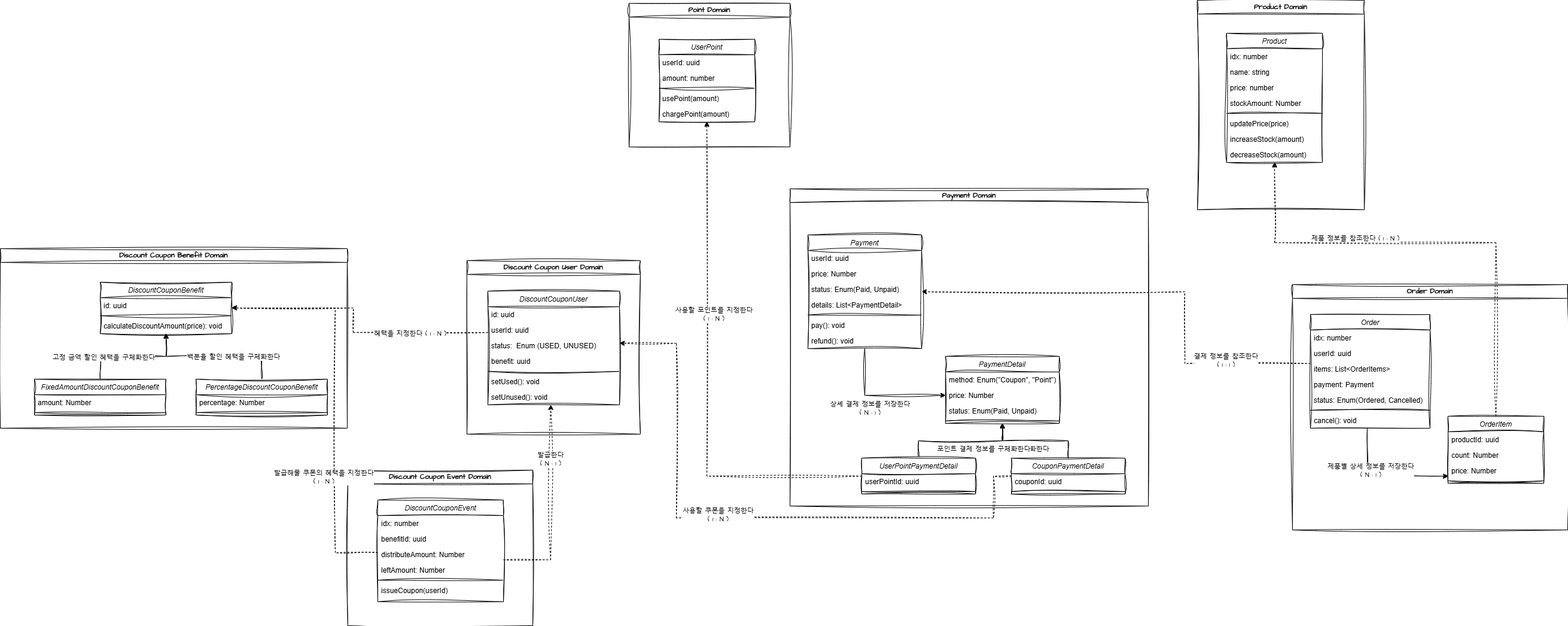
The draw.io diagram docs/class-diagram.png in citron0137/Voyage-Shop, before a commit. Source tidied: cells renumbered, new cells last; positions are measured from the earlier drawing's top-left corner, leaving out a move shared by most shapes.
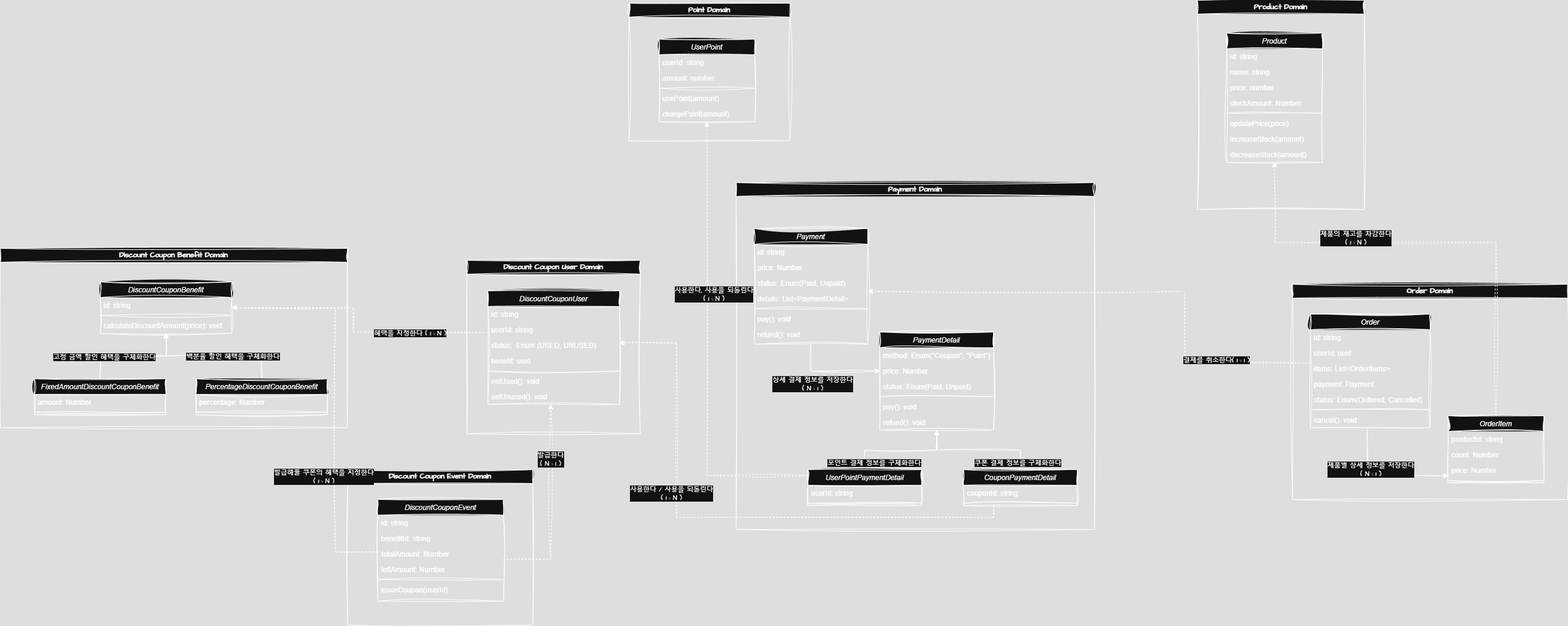
After the commit.

Commit message:
Add Class Diagram

What changed in the source:
```diff
@@ -3,12 +3,12 @@
     <mxCell id="0" />
     <mxCell id="1" parent="0" />
     <mxCell id="2" value="Point Domain" style="swimlane;whiteSpace=wrap;html=1;sketch=1;hachureGap=4;jiggle=2;curveFitting=1;fontFamily=Architects Daughter;fontSource=https%3A%2F%2Ffonts.googleapis.com%2Fcss%3Ffamily%3DArchitects%2BDaughter;" parent="1" vertex="1">
-      <mxGeometry x="1051" y="5" width="269" height="240" as="geometry" />
+      <mxGeometry x="1051" y="5" width="269" height="230" as="geometry" />
     </mxCell>
     <mxCell id="3" value="UserPoint" style="swimlane;fontStyle=2;align=center;verticalAlign=top;horizontal=1;startSize=26;rounded=0;shadow=0;strokeWidth=1;sketch=1;curveFitting=1;jiggle=2;" parent="2" vertex="1">
       <mxGeometry x="50" y="60" width="160" height="138" as="geometry" />
     </mxCell>
-    <mxCell id="4" value="userId: uuid" style="text;align=left;verticalAlign=top;spacingLeft=4;spacingRight=4;overflow=hidden;sketch=1;curveFitting=1;jiggle=2;" parent="3" vertex="1">
+    <mxCell id="4" value="userId: string" style="text;align=left;verticalAlign=top;spacingLeft=4;spacingRight=4;overflow=hidden;sketch=1;curveFitting=1;jiggle=2;" parent="3" vertex="1">
       <mxGeometry y="26" width="160" height="26" as="geometry" />
     </mxCell>
     <mxCell id="5" value="amount: number" style="text;align=left;verticalAlign=top;spacingLeft=4;spacingRight=4;overflow=hidden;rounded=0;shadow=0;html=0;sketch=1;curveFitting=1;jiggle=2;" parent="3" vertex="1">
@@ -29,7 +29,7 @@
     <mxCell id="10" value="Product" style="swimlane;fontStyle=2;align=center;verticalAlign=top;horizontal=1;startSize=26;rounded=0;shadow=0;strokeWidth=1;sketch=1;curveFitting=1;jiggle=2;" parent="9" vertex="1">
       <mxGeometry x="49" y="55" width="160" height="216" as="geometry" />
     </mxCell>
-    <mxCell id="11" value="idx: number" style="text;align=left;verticalAlign=top;spacingLeft=4;spacingRight=4;overflow=hidden;sketch=1;curveFitting=1;jiggle=2;" parent="10" vertex="1">
+    <mxCell id="11" value="id: string" style="text;align=left;verticalAlign=top;spacingLeft=4;spacingRight=4;overflow=hidden;sketch=1;curveFitting=1;jiggle=2;" parent="10" vertex="1">
       <mxGeometry y="26" width="160" height="26" as="geometry" />
     </mxCell>
     <mxCell id="12" value="name: string" style="text;align=left;verticalAlign=top;spacingLeft=4;spacingRight=4;overflow=hidden;rounded=0;shadow=0;html=0;sketch=1;curveFitting=1;jiggle=2;" parent="10" vertex="1">
@@ -54,7 +54,7 @@
       <mxGeometry y="190" width="160" height="26" as="geometry" />
     </mxCell>
     <mxCell id="19" value="Order Domain" style="swimlane;whiteSpace=wrap;html=1;sketch=1;hachureGap=4;jiggle=2;curveFitting=1;fontFamily=Architects Daughter;fontSource=https%3A%2F%2Ffonts.googleapis.com%2Fcss%3Ffamily%3DArchitects%2BDaughter;" parent="1" vertex="1">
-      <mxGeometry x="2160" y="475" width="460" height="410" as="geometry" />
+      <mxGeometry x="2160" y="475" width="460" height="360" as="geometry" />
     </mxCell>
     <mxCell id="20" style="edgeStyle=orthogonalEdgeStyle;rounded=0;sketch=1;hachureGap=4;jiggle=2;curveFitting=1;jettySize=auto;html=1;fontFamily=Architects Daughter;fontSource=https%3A%2F%2Ffonts.googleapis.com%2Fcss%3Ffamily%3DArchitects%2BDaughter;" parent="19" edge="1" source="22" target="30">
       <mxGeometry relative="1" as="geometry">
@@ -69,7 +69,7 @@
     <mxCell id="22" value="Order" style="swimlane;fontStyle=2;align=center;verticalAlign=top;horizontal=1;startSize=26;rounded=0;shadow=0;strokeWidth=1;sketch=1;curveFitting=1;jiggle=2;" parent="19" vertex="1">
       <mxGeometry x="30" y="50" width="200" height="190" as="geometry" />
     </mxCell>
-    <mxCell id="23" value="idx: number" style="text;align=left;verticalAlign=top;spacingLeft=4;spacingRight=4;overflow=hidden;sketch=1;curveFitting=1;jiggle=2;" parent="22" vertex="1">
+    <mxCell id="23" value="id: string" style="text;align=left;verticalAlign=top;spacingLeft=4;spacingRight=4;overflow=hidden;sketch=1;curveFitting=1;jiggle=2;" parent="22" vertex="1">
       <mxGeometry y="26" width="200" height="26" as="geometry" />
     </mxCell>
     <mxCell id="24" value="userId: uuid" style="text;align=left;verticalAlign=top;spacingLeft=4;spacingRight=4;overflow=hidden;sketch=1;curveFitting=1;jiggle=2;" parent="22" vertex="1">
@@ -93,7 +93,7 @@
     <mxCell id="30" value="OrderItem" style="swimlane;fontStyle=2;align=center;verticalAlign=top;horizontal=1;startSize=26;rounded=0;shadow=0;strokeWidth=1;sketch=1;curveFitting=1;jiggle=2;" parent="19" vertex="1">
       <mxGeometry x="260" y="220" width="160" height="112" as="geometry" />
     </mxCell>
-    <mxCell id="31" value="productId: uuid" style="text;align=left;verticalAlign=top;spacingLeft=4;spacingRight=4;overflow=hidden;sketch=1;curveFitting=1;jiggle=2;" parent="30" vertex="1">
+    <mxCell id="31" value="productId: string" style="text;align=left;verticalAlign=top;spacingLeft=4;spacingRight=4;overflow=hidden;sketch=1;curveFitting=1;jiggle=2;" parent="30" vertex="1">
       <mxGeometry y="26" width="160" height="26" as="geometry" />
     </mxCell>
     <mxCell id="32" value="count: Number" style="text;align=left;verticalAlign=top;spacingLeft=4;spacingRight=4;overflow=hidden;sketch=1;curveFitting=1;jiggle=2;" parent="30" vertex="1">
@@ -111,10 +111,10 @@
     <mxCell id="36" value="DiscountCouponUser" style="swimlane;fontStyle=2;align=center;verticalAlign=top;horizontal=1;startSize=26;rounded=0;shadow=0;strokeWidth=1;sketch=1;curveFitting=1;jiggle=2;" parent="35" vertex="1">
       <mxGeometry x="35" y="51" width="220" height="190" as="geometry" />
     </mxCell>
-    <mxCell id="37" value="id: uuid" style="text;align=left;verticalAlign=top;spacingLeft=4;spacingRight=4;overflow=hidden;rounded=0;shadow=0;html=0;sketch=1;curveFitting=1;jiggle=2;" parent="36" vertex="1">
+    <mxCell id="37" value="id: string" style="text;align=left;verticalAlign=top;spacingLeft=4;spacingRight=4;overflow=hidden;rounded=0;shadow=0;html=0;sketch=1;curveFitting=1;jiggle=2;" parent="36" vertex="1">
       <mxGeometry y="26" width="220" height="26" as="geometry" />
     </mxCell>
-    <mxCell id="38" value="userId: uuid" style="text;align=left;verticalAlign=top;spacingLeft=4;spacingRight=4;overflow=hidden;sketch=1;curveFitting=1;jiggle=2;" parent="36" vertex="1">
+    <mxCell id="38" value="userId: string" style="text;align=left;verticalAlign=top;spacingLeft=4;spacingRight=4;overflow=hidden;sketch=1;curveFitting=1;jiggle=2;" parent="36" vertex="1">
       <mxGeometry y="52" width="220" height="26" as="geometry" />
     </mxCell>
     <mxCell id="39" value="status:  Enum (USED, UNUSED)" style="text;align=left;verticalAlign=top;spacingLeft=4;spacingRight=4;overflow=hidden;sketch=1;curveFitting=1;jiggle=2;" parent="36" vertex="1">
@@ -138,13 +138,13 @@
     <mxCell id="45" value="DiscountCouponEvent" style="swimlane;fontStyle=2;align=center;verticalAlign=top;horizontal=1;startSize=26;rounded=0;shadow=0;strokeWidth=1;sketch=1;curveFitting=1;jiggle=2;" parent="44" vertex="1">
       <mxGeometry x="50" y="50" width="210" height="170" as="geometry" />
     </mxCell>
-    <mxCell id="46" value="idx: number" style="text;align=left;verticalAlign=top;spacingLeft=4;spacingRight=4;overflow=hidden;rounded=0;shadow=0;html=0;sketch=1;curveFitting=1;jiggle=2;" parent="45" vertex="1">
+    <mxCell id="46" value="id: string" style="text;align=left;verticalAlign=top;spacingLeft=4;spacingRight=4;overflow=hidden;rounded=0;shadow=0;html=0;sketch=1;curveFitting=1;jiggle=2;" parent="45" vertex="1">
       <mxGeometry y="26" width="210" height="26" as="geometry" />
     </mxCell>
-    <mxCell id="47" value="benefitId: uuid" style="text;align=left;verticalAlign=top;spacingLeft=4;spacingRight=4;overflow=hidden;sketch=1;curveFitting=1;jiggle=2;" parent="45" vertex="1">
+    <mxCell id="47" value="benefitId: string" style="text;align=left;verticalAlign=top;spacingLeft=4;spacingRight=4;overflow=hidden;sketch=1;curveFitting=1;jiggle=2;" parent="45" vertex="1">
       <mxGeometry y="52" width="210" height="26" as="geometry" />
     </mxCell>
-    <mxCell id="48" value="distributeAmount: Number" style="text;align=left;verticalAlign=top;spacingLeft=4;spacingRight=4;overflow=hidden;sketch=1;curveFitting=1;jiggle=2;" parent="45" vertex="1">
+    <mxCell id="48" value="totalAmount: Number" style="text;align=left;verticalAlign=top;spacingLeft=4;spacingRight=4;overflow=hidden;sketch=1;curveFitting=1;jiggle=2;" parent="45" vertex="1">
       <mxGeometry y="78" width="210" height="26" as="geometry" />
     </mxCell>
     <mxCell id="49" value="leftAmount: Number" style="text;align=left;verticalAlign=top;spacingLeft=4;spacingRight=4;overflow=hidden;sketch=1;curveFitting=1;jiggle=2;" parent="45" vertex="1">
@@ -157,10 +157,10 @@
       <mxGeometry y="138" width="210" height="26" as="geometry" />
     </mxCell>
     <mxCell id="52" value="Payment Domain" style="swimlane;whiteSpace=wrap;html=1;sketch=1;hachureGap=4;jiggle=2;curveFitting=1;fontFamily=Architects Daughter;fontSource=https%3A%2F%2Ffonts.googleapis.com%2Fcss%3Ffamily%3DArchitects%2BDaughter;" parent="1" vertex="1">
-      <mxGeometry x="1320" y="315" width="599" height="530" as="geometry" />
+      <mxGeometry x="1230" y="305" width="599" height="580" as="geometry" />
     </mxCell>
     <mxCell id="53" value="PaymentDetail" style="swimlane;fontStyle=2;align=center;verticalAlign=top;horizontal=1;startSize=26;rounded=0;shadow=0;strokeWidth=1;sketch=1;curveFitting=1;jiggle=2;" parent="52" vertex="1">
-      <mxGeometry x="260" y="280" width="190" height="112" as="geometry" />
+      <mxGeometry x="240" y="250" width="190" height="164" as="geometry" />
     </mxCell>
     <mxCell id="54" value="method: Enum(&quot;Coupon&quot;, &quot;Point&quot;)" style="text;align=left;verticalAlign=top;spacingLeft=4;spacingRight=4;overflow=hidden;sketch=1;curveFitting=1;jiggle=2;" parent="53" vertex="1">
       <mxGeometry y="26" width="190" height="26" as="geometry" />
@@ -174,18 +174,24 @@
     <mxCell id="57" style="line;html=1;strokeWidth=1;align=left;verticalAlign=middle;spacingTop=-1;spacingLeft=3;spacingRight=3;labelPosition=right;sketch=1;curveFitting=1;jiggle=2;" parent="53" vertex="1">
       <mxGeometry y="104" width="190" height="8" as="geometry" />
     </mxCell>
+    <mxCell id="107" value="pay(): void" style="text;align=left;verticalAlign=top;spacingLeft=4;spacingRight=4;overflow=hidden;sketch=1;curveFitting=1;jiggle=2;" parent="53" vertex="1">
+      <mxGeometry y="112" width="190" height="26" as="geometry" />
+    </mxCell>
+    <mxCell id="108" value="refund(): void" style="text;align=left;verticalAlign=top;spacingLeft=4;spacingRight=4;overflow=hidden;sketch=1;curveFitting=1;jiggle=2;" parent="53" vertex="1">
+      <mxGeometry y="138" width="190" height="26" as="geometry" />
+    </mxCell>
     <mxCell id="58" style="edgeStyle=orthogonalEdgeStyle;rounded=0;sketch=1;hachureGap=4;jiggle=2;curveFitting=1;jettySize=auto;html=1;exitX=0.5;exitY=0;exitDx=0;exitDy=0;fontFamily=Architects Daughter;fontSource=https%3A%2F%2Ffonts.googleapis.com%2Fcss%3Ffamily%3DArchitects%2BDaughter;" parent="52" edge="1" source="60" target="53">
       <mxGeometry relative="1" as="geometry" />
     </mxCell>
     <mxCell id="59" value="쿠폰 결제 정보를 구체화한다" style="edgeLabel;html=1;align=center;verticalAlign=middle;sketch=1;hachureGap=4;jiggle=2;curveFitting=1;fontFamily=Architects Daughter;fontSource=https%3A%2F%2Ffonts.googleapis.com%2Fcss%3Ffamily%3DArchitects%2BDaughter;" parent="58" vertex="1">
       <mxGeometry x="-0.07" y="2" relative="1" as="geometry">
-        <mxPoint x="-55" y="11" as="offset" />
+        <mxPoint x="58" y="19" as="offset" />
       </mxGeometry>
     </mxCell>
     <mxCell id="60" value="CouponPaymentDetail" style="swimlane;fontStyle=2;align=center;verticalAlign=top;horizontal=1;startSize=26;rounded=0;shadow=0;strokeWidth=1;sketch=1;curveFitting=1;jiggle=2;" parent="52" vertex="1">
-      <mxGeometry x="370" y="450" width="190" height="60" as="geometry" />
+      <mxGeometry x="380" y="480" width="190" height="60" as="geometry" />
     </mxCell>
-    <mxCell id="61" value="couponId: uuid" style="text;align=left;verticalAlign=top;spacingLeft=4;spacingRight=4;overflow=hidden;sketch=1;curveFitting=1;jiggle=2;" parent="60" vertex="1">
+    <mxCell id="61" value="couponId: string" style="text;align=left;verticalAlign=top;spacingLeft=4;spacingRight=4;overflow=hidden;sketch=1;curveFitting=1;jiggle=2;" parent="60" vertex="1">
       <mxGeometry y="26" width="190" height="26" as="geometry" />
     </mxCell>
     <mxCell id="62" style="line;html=1;strokeWidth=1;align=left;verticalAlign=middle;spacingTop=-1;spacingLeft=3;spacingRight=3;labelPosition=right;sketch=1;curveFitting=1;jiggle=2;" parent="60" vertex="1">
@@ -196,15 +202,15 @@
     </mxCell>
     <mxCell id="64" value="포인트 결제 정보를 구체화한다" style="edgeLabel;html=1;align=center;verticalAlign=middle;sketch=1;hachureGap=4;jiggle=2;curveFitting=1;fontFamily=Architects Daughter;fontSource=https%3A%2F%2Ffonts.googleapis.com%2Fcss%3Ffamily%3DArchitects%2BDaughter;" parent="63" vertex="1">
       <mxGeometry x="0.01" y="-2" relative="1" as="geometry">
-        <mxPoint x="37" y="11" as="offset" />
+        <mxPoint x="-46" y="19" as="offset" />
       </mxGeometry>
     </mxCell>
     <mxCell id="65" value="UserPointPaymentDetail" style="swimlane;fontStyle=2;align=center;verticalAlign=top;horizontal=1;startSize=26;rounded=0;shadow=0;strokeWidth=1;sketch=1;curveFitting=1;jiggle=2;" parent="52" vertex="1">
-      <mxGeometry x="120" y="450" width="190" height="60" as="geometry" />
+      <mxGeometry x="120" y="480" width="190" height="60" as="geometry" />
     </mxCell>
-    <mxCell id="66" value="userPointId: uuid" style="text;align=left;verticalAlign=top;spacingLeft=4;spacingRight=4;overflow=hidden;sketch=1;curveFitting=1;jiggle=2;" parent="65" vertex="1">
-      <mxGeometry y="26" width="190" height="26" as="geometry" />
-    </mxCell>
+    <mxCell id="109" value="userId: string" style="text;align=left;verticalAlign=top;spacingLeft=4;spacingRight=4;overflow=hidden;sketch=1;curveFitting=1;jiggle=2;" parent="65" vertex="1">
+      <mxGeometry y="26" width="190" height="26" as="geometry" />
+    </mxCell>
     <mxCell id="67" style="line;html=1;strokeWidth=1;align=left;verticalAlign=middle;spacingTop=-1;spacingLeft=3;spacingRight=3;labelPosition=right;sketch=1;curveFitting=1;jiggle=2;" parent="65" vertex="1">
       <mxGeometry y="52" width="190" height="8" as="geometry" />
     </mxCell>
@@ -217,11 +223,11 @@
       </mxGeometry>
     </mxCell>
     <mxCell id="70" value="Payment" style="swimlane;fontStyle=2;align=center;verticalAlign=top;horizontal=1;startSize=26;rounded=0;shadow=0;strokeWidth=1;sketch=1;curveFitting=1;jiggle=2;" parent="52" vertex="1">
-      <mxGeometry x="30" y="77" width="190" height="190" as="geometry" />
+      <mxGeometry x="30" y="77" width="190" height="193" as="geometry" />
     </mxCell>
-    <mxCell id="71" value="userId: uuid" style="text;align=left;verticalAlign=top;spacingLeft=4;spacingRight=4;overflow=hidden;sketch=1;curveFitting=1;jiggle=2;" parent="70" vertex="1">
-      <mxGeometry y="26" width="190" height="26" as="geometry" />
-    </mxCell>
+    <mxCell id="110" value="id: string" style="text;align=left;verticalAlign=top;spacingLeft=4;spacingRight=4;overflow=hidden;sketch=1;curveFitting=1;jiggle=2;" parent="70" vertex="1">
+      <mxGeometry y="26" width="190" height="26" as="geometry" />
+    </mxCell>
     <mxCell id="72" value="price: Number" style="text;align=left;verticalAlign=top;spacingLeft=4;spacingRight=4;overflow=hidden;sketch=1;curveFitting=1;jiggle=2;" parent="70" vertex="1">
       <mxGeometry y="52" width="190" height="26" as="geometry" />
     </mxCell>
@@ -247,7 +253,7 @@
         </Array>
       </mxGeometry>
     </mxCell>
-    <mxCell id="79" value="사용할 포인트를 지정한다&lt;br&gt;( 1 : N )" style="edgeLabel;html=1;align=center;verticalAlign=middle;sketch=1;hachureGap=4;jiggle=2;curveFitting=1;fontFamily=Architects Daughter;fontSource=https%3A%2F%2Ffonts.googleapis.com%2Fcss%3Ffamily%3DArchitects%2BDaughter;" parent="78" vertex="1">
+    <mxCell id="79" value="사용한다, 사용을 되돌린다&lt;br&gt;( 1 : N )" style="edgeLabel;html=1;align=center;verticalAlign=middle;sketch=1;hachureGap=4;jiggle=2;curveFitting=1;fontFamily=Architects Daughter;fontSource=https%3A%2F%2Ffonts.googleapis.com%2Fcss%3Ffamily%3DArchitects%2BDaughter;" parent="78" vertex="1">
       <mxGeometry x="0.24" y="-11" relative="1" as="geometry" />
     </mxCell>
     <mxCell id="80" style="edgeStyle=orthogonalEdgeStyle;rounded=0;sketch=1;hachureGap=4;jiggle=2;curveFitting=1;jettySize=auto;html=1;fontFamily=Architects Daughter;fontSource=https%3A%2F%2Ffonts.googleapis.com%2Fcss%3Ffamily%3DArchitects%2BDaughter;dashed=1;" parent="1" edge="1" source="60" target="36">
@@ -260,9 +266,9 @@
         </Array>
       </mxGeometry>
     </mxCell>
-    <mxCell id="81" value="사용할 쿠폰을 지정한다&lt;br&gt;( 1 : N )" style="edgeLabel;html=1;align=center;verticalAlign=middle;sketch=1;hachureGap=4;jiggle=2;curveFitting=1;fontFamily=Architects Daughter;fontSource=https%3A%2F%2Ffonts.googleapis.com%2Fcss%3Ffamily%3DArchitects%2BDaughter;" parent="80" vertex="1">
+    <mxCell id="81" value="사용한다 / 사용을 되돌린다&lt;br&gt;( 1 : N )" style="edgeLabel;html=1;align=center;verticalAlign=middle;sketch=1;hachureGap=4;jiggle=2;curveFitting=1;fontFamily=Architects Daughter;fontSource=https%3A%2F%2Ffonts.googleapis.com%2Fcss%3Ffamily%3DArchitects%2BDaughter;" parent="80" vertex="1">
       <mxGeometry x="-0.03" relative="1" as="geometry">
-        <mxPoint x="-66" y="-6" as="offset" />
+        <mxPoint x="-104" y="-41" as="offset" />
       </mxGeometry>
     </mxCell>
     <mxCell id="82" style="edgeStyle=orthogonalEdgeStyle;rounded=0;sketch=1;hachureGap=4;jiggle=2;curveFitting=1;jettySize=auto;html=1;fontFamily=Architects Daughter;fontSource=https%3A%2F%2Ffonts.googleapis.com%2Fcss%3Ffamily%3DArchitects%2BDaughter;dashed=1;" parent="1" edge="1" source="22" target="70">
@@ -273,7 +279,7 @@
         </Array>
       </mxGeometry>
     </mxCell>
-    <mxCell id="83" value="결제 정보를 참조한다&lt;br&gt;( 1 : 1 )" style="edgeLabel;html=1;align=center;verticalAlign=middle;sketch=1;hachureGap=4;jiggle=2;curveFitting=1;fontFamily=Architects Daughter;fontSource=https%3A%2F%2Ffonts.googleapis.com%2Fcss%3Ffamily%3DArchitects%2BDaughter;" parent="82" vertex="1">
+    <mxCell id="83" value="결제를 취소한다( 1 : 1 )" style="edgeLabel;html=1;align=center;verticalAlign=middle;sketch=1;hachureGap=4;jiggle=2;curveFitting=1;fontFamily=Architects Daughter;fontSource=https%3A%2F%2Ffonts.googleapis.com%2Fcss%3Ffamily%3DArchitects%2BDaughter;" parent="82" vertex="1">
       <mxGeometry x="-0.63" y="-6" relative="1" as="geometry" />
     </mxCell>
     <mxCell id="84" style="edgeStyle=orthogonalEdgeStyle;rounded=0;sketch=1;hachureGap=4;jiggle=2;curveFitting=1;jettySize=auto;html=1;fontFamily=Architects Daughter;fontSource=https%3A%2F%2Ffonts.googleapis.com%2Fcss%3Ffamily%3DArchitects%2BDaughter;dashed=1;" parent="1" edge="1" source="30" target="10">
@@ -284,7 +290,7 @@
         </Array>
       </mxGeometry>
     </mxCell>
-    <mxCell id="85" value="제품 정보를 참조한다 ( 1 : N )" style="edgeLabel;html=1;align=center;verticalAlign=middle;sketch=1;hachureGap=4;jiggle=2;curveFitting=1;fontFamily=Architects Daughter;fontSource=https%3A%2F%2Ffonts.googleapis.com%2Fcss%3Ffamily%3DArchitects%2BDaughter;" parent="84" vertex="1">
+    <mxCell id="85" value="제품의 재고를 차감한다&lt;br&gt;( 1 : N )" style="edgeLabel;html=1;align=center;verticalAlign=middle;sketch=1;hachureGap=4;jiggle=2;curveFitting=1;fontFamily=Architects Daughter;fontSource=https%3A%2F%2Ffonts.googleapis.com%2Fcss%3Ffamily%3DArchitects%2BDaughter;" parent="84" vertex="1">
       <mxGeometry x="0.32" y="-8" relative="1" as="geometry">
         <mxPoint x="-1" as="offset" />
       </mxGeometry>
@@ -342,7 +348,7 @@
     <mxCell id="99" value="DiscountCouponBenefit" style="swimlane;fontStyle=2;align=center;verticalAlign=top;horizontal=1;startSize=26;rounded=0;shadow=0;strokeWidth=1;sketch=1;curveFitting=1;jiggle=2;" parent="88" vertex="1">
       <mxGeometry x="167" y="56" width="220" height="86" as="geometry" />
     </mxCell>
-    <mxCell id="100" value="id: uuid" style="text;align=left;verticalAlign=top;spacingLeft=4;spacingRight=4;overflow=hidden;sketch=1;curveFitting=1;jiggle=2;" parent="99" vertex="1">
+    <mxCell id="100" value="id: string" style="text;align=left;verticalAlign=top;spacingLeft=4;spacingRight=4;overflow=hidden;sketch=1;curveFitting=1;jiggle=2;" parent="99" vertex="1">
       <mxGeometry y="26" width="220" height="26" as="geometry" />
     </mxCell>
     <mxCell id="101" style="line;html=1;strokeWidth=1;align=left;verticalAlign=middle;spacingTop=-1;spacingLeft=3;spacingRight=3;labelPosition=right;sketch=1;curveFitting=1;jiggle=2;" parent="99" vertex="1">
```
